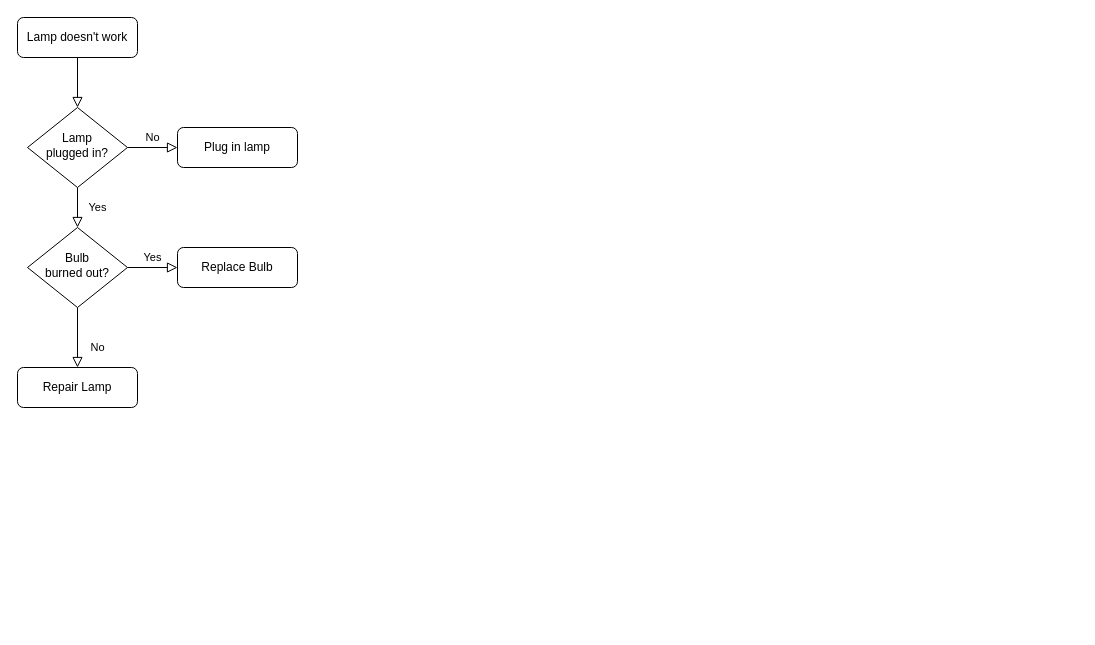
This is 未命名绘图.drawio from smlsix/smlsix, a draw.io file, before an edit. Source tidied: cells renumbered, new cells numbered last; positions are measured from the earlier drawing's top-left corner, leaving out a move shared by most shapes. Both pictures are drawn from the tidied source at 100%, with x=0, y=0 at pixel (17, 17).
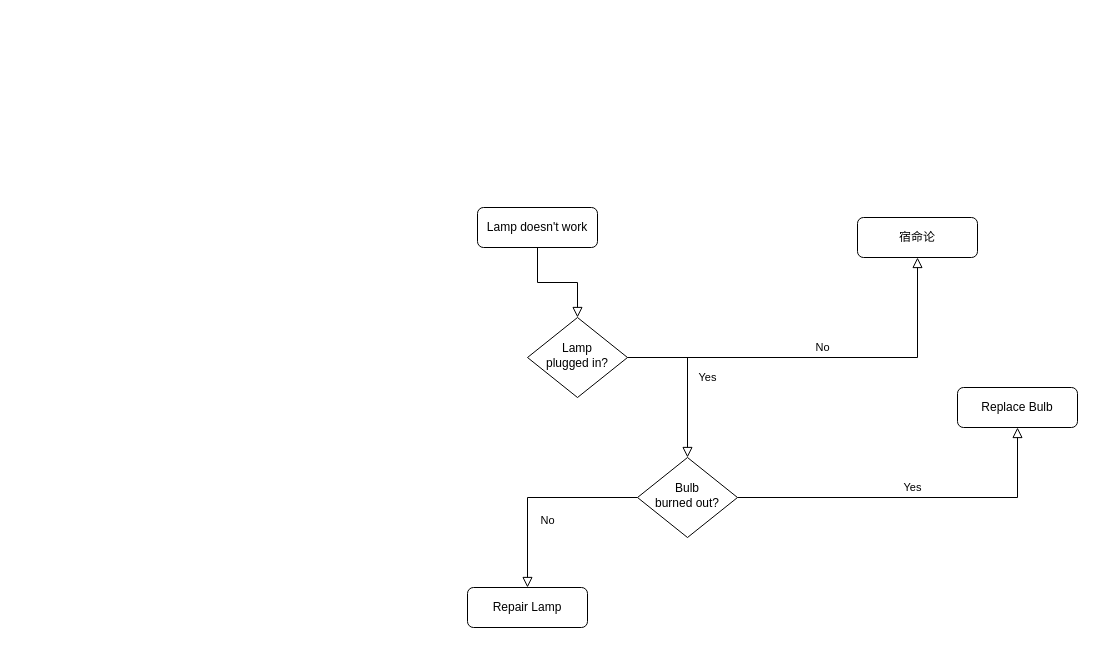
After the change.

Commit message:
更新未命名绘图.drawio

Diff of the diagram source:
```diff
@@
 <mxGraphModel>
   <root>
     <mxCell id="0" />
     <mxCell id="1" parent="0" />
     <mxCell id="2" style="rounded=0;html=1;jettySize=auto;fontSize=11;endArrow=block;endFill=0;endSize=8;strokeWidth=1;shadow=0;labelBackgroundColor=none;edgeStyle=orthogonalEdgeStyle;" parent="1" edge="1" source="3" target="6">
       <mxGeometry relative="1" as="geometry" />
     </mxCell>
     <mxCell id="3" value="Lamp doesn't work" style="rounded=1;whiteSpace=wrap;html=1;fontSize=12;glass=0;strokeWidth=1;shadow=0;" parent="1" vertex="1">
-      <mxGeometry width="120" height="40" as="geometry" />
+      <mxGeometry x="460" y="190" width="120" height="40" as="geometry" />
     </mxCell>
     <mxCell id="4" value="Yes" style="rounded=0;html=1;jettySize=auto;fontSize=11;endArrow=block;endFill=0;endSize=8;strokeWidth=1;shadow=0;labelBackgroundColor=none;edgeStyle=orthogonalEdgeStyle;" parent="1" edge="1" source="6" target="10">
       <mxGeometry y="20" relative="1" as="geometry" />
     </mxCell>
     <mxCell id="5" value="No" style="edgeStyle=orthogonalEdgeStyle;rounded=0;html=1;jettySize=auto;fontSize=11;endArrow=block;endFill=0;endSize=8;strokeWidth=1;shadow=0;labelBackgroundColor=none;" parent="1" edge="1" source="6" target="7">
       <mxGeometry y="10" relative="1" as="geometry" />
     </mxCell>
     <mxCell id="6" value="Lamp&lt;br&gt;plugged in?" style="rhombus;whiteSpace=wrap;html=1;shadow=0;fontFamily=Helvetica;fontSize=12;align=center;strokeWidth=1;spacing=6;spacingTop=-4;" parent="1" vertex="1">
-      <mxGeometry x="10" y="90" width="100" height="80" as="geometry" />
+      <mxGeometry x="510" y="300" width="100" height="80" as="geometry" />
     </mxCell>
-    <mxCell id="7" value="Plug in lamp" style="rounded=1;whiteSpace=wrap;html=1;fontSize=12;glass=0;strokeWidth=1;shadow=0;" parent="1" vertex="1">
-      <mxGeometry x="160" y="110" width="120" height="40" as="geometry" />
+    <mxCell id="7" value="宿命论" style="rounded=1;whiteSpace=wrap;html=1;fontSize=12;glass=0;strokeWidth=1;shadow=0;" parent="1" vertex="1">
+      <mxGeometry x="840" y="200" width="120" height="40" as="geometry" />
     </mxCell>
     <mxCell id="8" value="No" style="rounded=0;html=1;jettySize=auto;fontSize=11;endArrow=block;endFill=0;endSize=8;strokeWidth=1;shadow=0;labelBackgroundColor=none;edgeStyle=orthogonalEdgeStyle;" parent="1" edge="1" source="10" target="11">
       <mxGeometry x="0.33" y="20" relative="1" as="geometry" />
     </mxCell>
     <mxCell id="9" value="Yes" style="edgeStyle=orthogonalEdgeStyle;rounded=0;html=1;jettySize=auto;fontSize=11;endArrow=block;endFill=0;endSize=8;strokeWidth=1;shadow=0;labelBackgroundColor=none;" parent="1" edge="1" source="10" target="12">
       <mxGeometry y="10" relative="1" as="geometry" />
     </mxCell>
     <mxCell id="10" value="Bulb&lt;br&gt;burned out?" style="rhombus;whiteSpace=wrap;html=1;shadow=0;fontFamily=Helvetica;fontSize=12;align=center;strokeWidth=1;spacing=6;spacingTop=-4;" parent="1" vertex="1">
-      <mxGeometry x="10" y="210" width="100" height="80" as="geometry" />
+      <mxGeometry x="620" y="440" width="100" height="80" as="geometry" />
     </mxCell>
     <mxCell id="11" value="Repair Lamp" style="rounded=1;whiteSpace=wrap;html=1;fontSize=12;glass=0;strokeWidth=1;shadow=0;" parent="1" vertex="1">
-      <mxGeometry y="350" width="120" height="40" as="geometry" />
+      <mxGeometry x="450" y="570" width="120" height="40" as="geometry" />
     </mxCell>
     <mxCell id="12" value="Replace Bulb" style="rounded=1;whiteSpace=wrap;html=1;fontSize=12;glass=0;strokeWidth=1;shadow=0;" parent="1" vertex="1">
-      <mxGeometry x="160" y="230" width="120" height="40" as="geometry" />
+      <mxGeometry x="940" y="370" width="120" height="40" as="geometry" />
     </mxCell>
   </root>
 </mxGraphModel>
```
